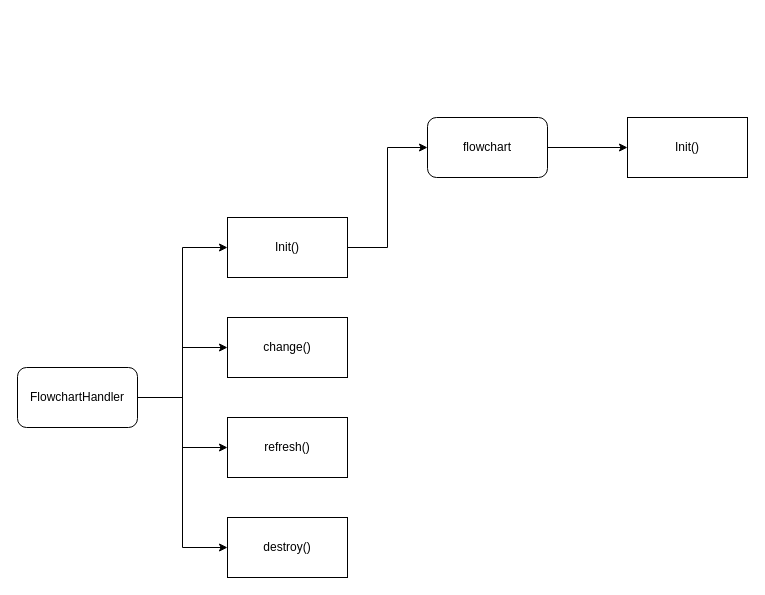
Before: page "Page-2" (2 of 2) of diagrams_class.drawio in algenty/grafana-flowcharting, a draw.io diagram. Source tidied: cells renumbered, new cells numbered last; positions are measured from the earlier drawing's top-left corner, leaving out a move shared by most shapes. Both pictures are drawn from the tidied source at 100%, with x=0, y=0 at pixel (17, 117).
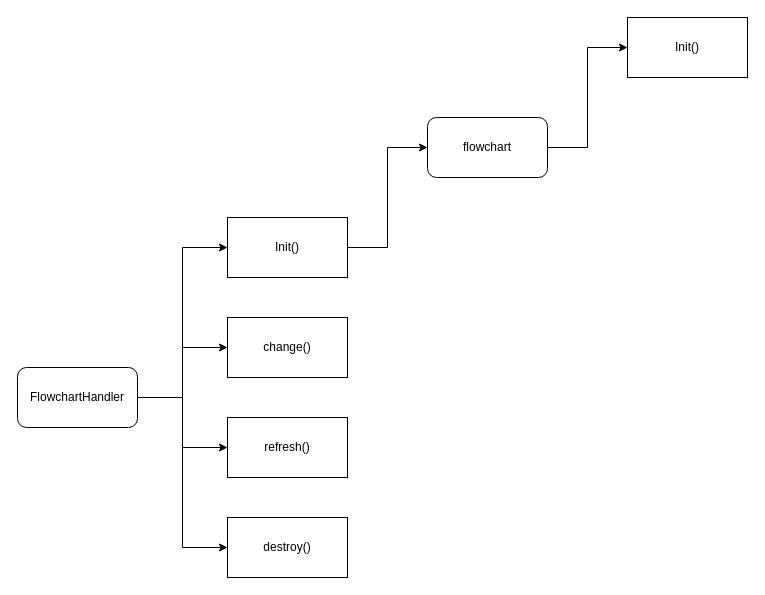
The same diagram, later.

Diff of the diagram source:
```diff
@@
 <mxGraphModel>
   <root>
     <mxCell id="0" />
     <mxCell id="1" parent="0" />
     <mxCell id="2" style="edgeStyle=orthogonalEdgeStyle;rounded=0;jettySize=auto;html=1;entryX=0;entryY=0.5;entryDx=0;entryDy=0;" parent="1" edge="1" source="6" target="8">
       <mxGeometry relative="1" as="geometry" />
     </mxCell>
     <mxCell id="3" style="edgeStyle=orthogonalEdgeStyle;rounded=0;jettySize=auto;html=1;entryX=0;entryY=0.5;entryDx=0;entryDy=0;" parent="1" edge="1" source="6" target="9">
       <mxGeometry relative="1" as="geometry" />
     </mxCell>
     <mxCell id="4" style="edgeStyle=orthogonalEdgeStyle;rounded=0;jettySize=auto;html=1;entryX=0;entryY=0.5;entryDx=0;entryDy=0;" parent="1" edge="1" source="6" target="10">
       <mxGeometry relative="1" as="geometry" />
     </mxCell>
     <mxCell id="5" style="edgeStyle=orthogonalEdgeStyle;rounded=0;jettySize=auto;html=1;entryX=0;entryY=0.5;entryDx=0;entryDy=0;" parent="1" edge="1" source="6" target="11">
       <mxGeometry relative="1" as="geometry" />
     </mxCell>
     <mxCell id="6" value="FlowchartHandler" style="rounded=1;whiteSpace=wrap;html=1;" parent="1" vertex="1">
       <mxGeometry y="250" width="120" height="60" as="geometry" />
     </mxCell>
     <mxCell id="7" style="edgeStyle=orthogonalEdgeStyle;rounded=0;jettySize=auto;html=1;entryX=0;entryY=0.5;entryDx=0;entryDy=0;" parent="1" edge="1" source="8" target="13">
       <mxGeometry relative="1" as="geometry" />
     </mxCell>
     <mxCell id="8" value="Init()" style="rounded=0;whiteSpace=wrap;html=1;" parent="1" vertex="1">
       <mxGeometry x="210" y="100" width="120" height="60" as="geometry" />
     </mxCell>
     <mxCell id="9" value="change()" style="rounded=0;whiteSpace=wrap;html=1;" parent="1" vertex="1">
       <mxGeometry x="210" y="200" width="120" height="60" as="geometry" />
     </mxCell>
     <mxCell id="10" value="refresh()" style="rounded=0;whiteSpace=wrap;html=1;" parent="1" vertex="1">
       <mxGeometry x="210" y="300" width="120" height="60" as="geometry" />
     </mxCell>
     <mxCell id="11" value="destroy()" style="rounded=0;whiteSpace=wrap;html=1;" parent="1" vertex="1">
       <mxGeometry x="210" y="400" width="120" height="60" as="geometry" />
     </mxCell>
-    <mxCell id="12" style="edgeStyle=orthogonalEdgeStyle;rounded=0;jettySize=auto;html=1;" parent="1" edge="1" source="13" target="14">
+    <mxCell id="12" style="edgeStyle=orthogonalEdgeStyle;rounded=0;jettySize=auto;html=1;entryX=0;entryY=0.5;entryDx=0;entryDy=0;" parent="1" edge="1" source="13" target="14">
       <mxGeometry relative="1" as="geometry" />
     </mxCell>
     <mxCell id="13" value="flowchart" style="rounded=1;whiteSpace=wrap;html=1;" parent="1" vertex="1">
       <mxGeometry x="410" width="120" height="60" as="geometry" />
     </mxCell>
     <mxCell id="14" value="Init()" style="rounded=0;whiteSpace=wrap;html=1;" parent="1" vertex="1">
-      <mxGeometry x="610" width="120" height="60" as="geometry" />
+      <mxGeometry x="610" y="-100" width="120" height="60" as="geometry" />
     </mxCell>
   </root>
 </mxGraphModel>
```
